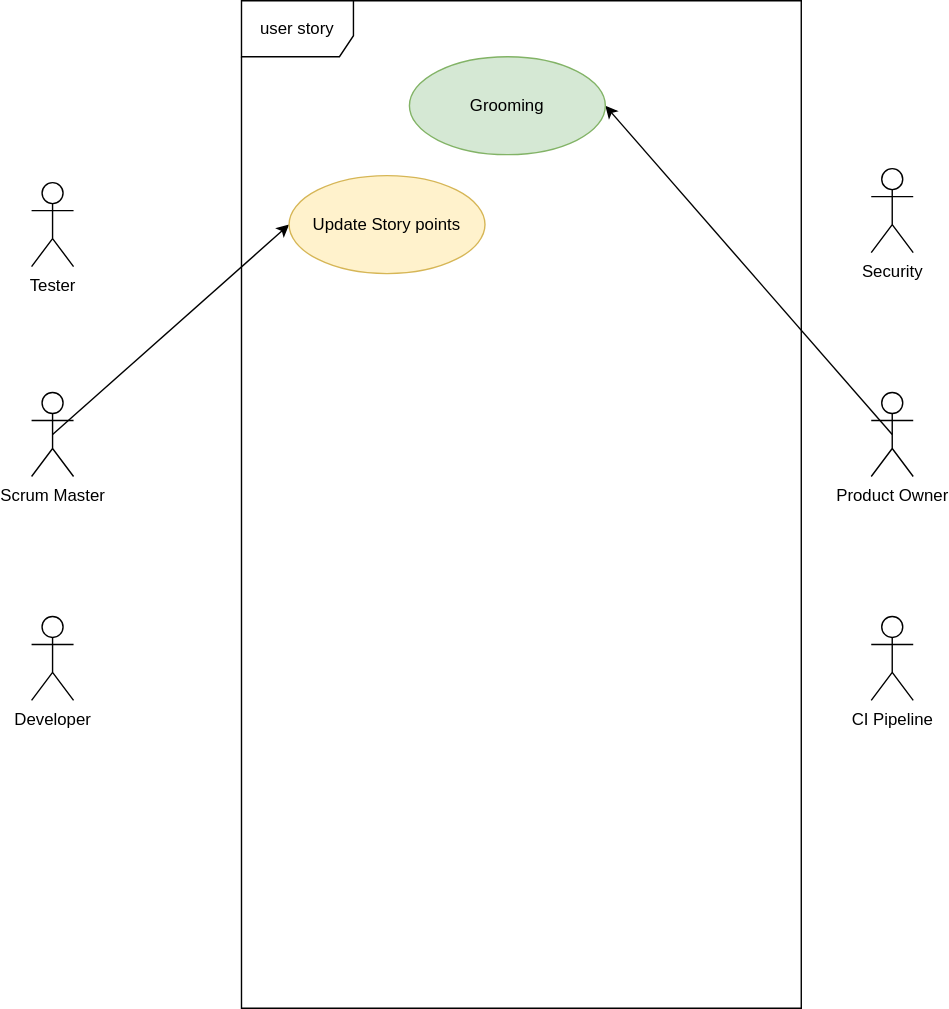
lmnaslimited/iyakkam keeps this draw.io diagram as lmnas-process/user-story-usecase.drawio.svg. Above is the earlier version. Source tidied: cells renumbered, new cells last; positions are measured from the earlier drawing's top-left corner, leaving out a move shared by most shapes.
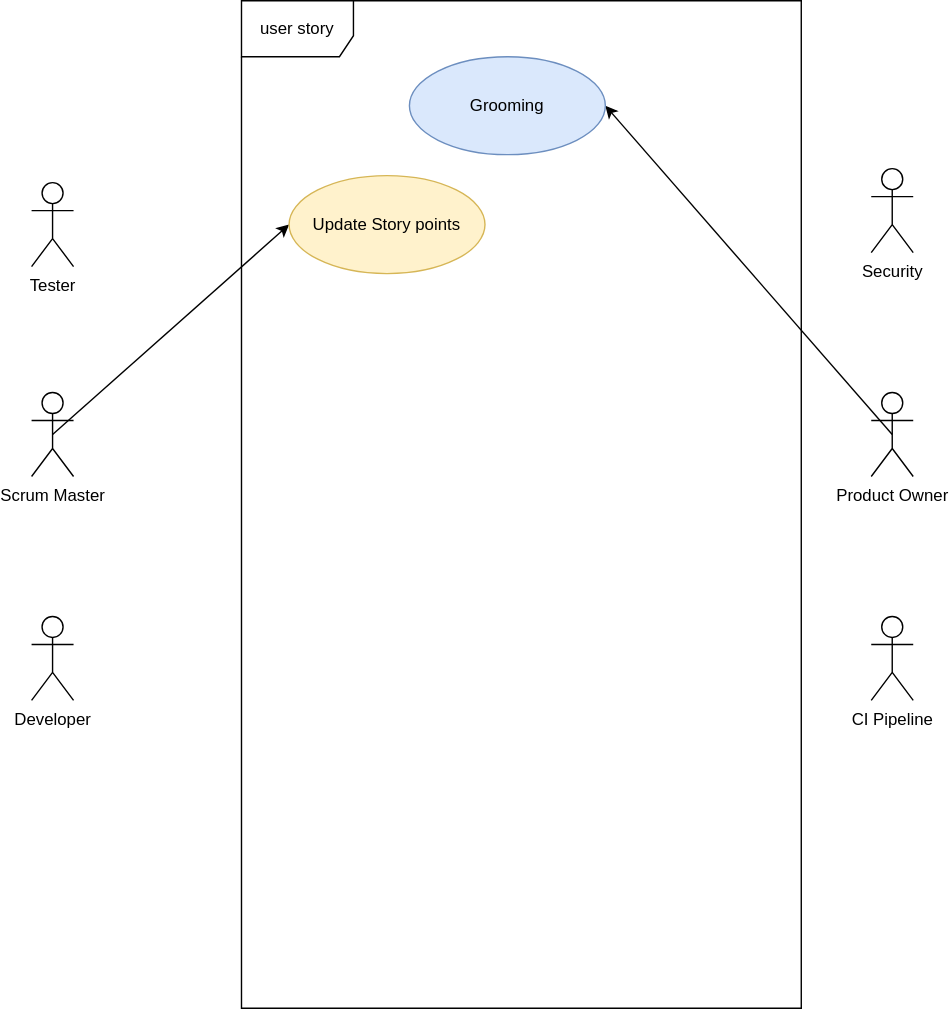
The same file after the commit.

Diff of the diagram source:
```diff
@@ -29,7 +29,7 @@
     <mxCell id="10" value="Security" style="shape=umlActor;verticalLabelPosition=bottom;verticalAlign=top;html=1;" parent="1" vertex="1">
       <mxGeometry x="600" y="120" width="30" height="60" as="geometry" />
     </mxCell>
-    <mxCell id="11" value="Grooming" style="ellipse;whiteSpace=wrap;html=1;fillColor=#d5e8d4;strokeColor=#82b366;" parent="1" vertex="1">
+    <mxCell id="11" value="Grooming" style="ellipse;whiteSpace=wrap;html=1;fillColor=#dae8fc;strokeColor=#6c8ebf;" parent="1" vertex="1">
       <mxGeometry x="270" y="40" width="140" height="70" as="geometry" />
     </mxCell>
     <mxCell id="12" value="Update Story points" style="ellipse;whiteSpace=wrap;html=1;fillColor=#fff2cc;strokeColor=#d6b656;" parent="1" vertex="1">
```
